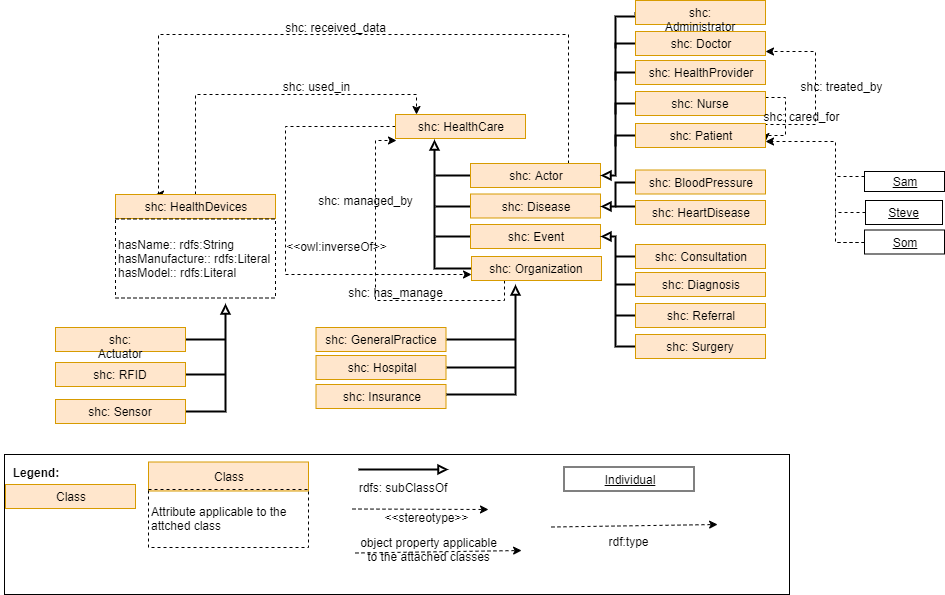
Before: OnToology/Healthcare.owl/documentation/resources/images/model.png, a diagram exported from draw.io (tiwari2019/myrepo). Source tidied: cells renumbered, new cells last; positions are measured from the earlier drawing's top-left corner, leaving out a move shared by most shapes.
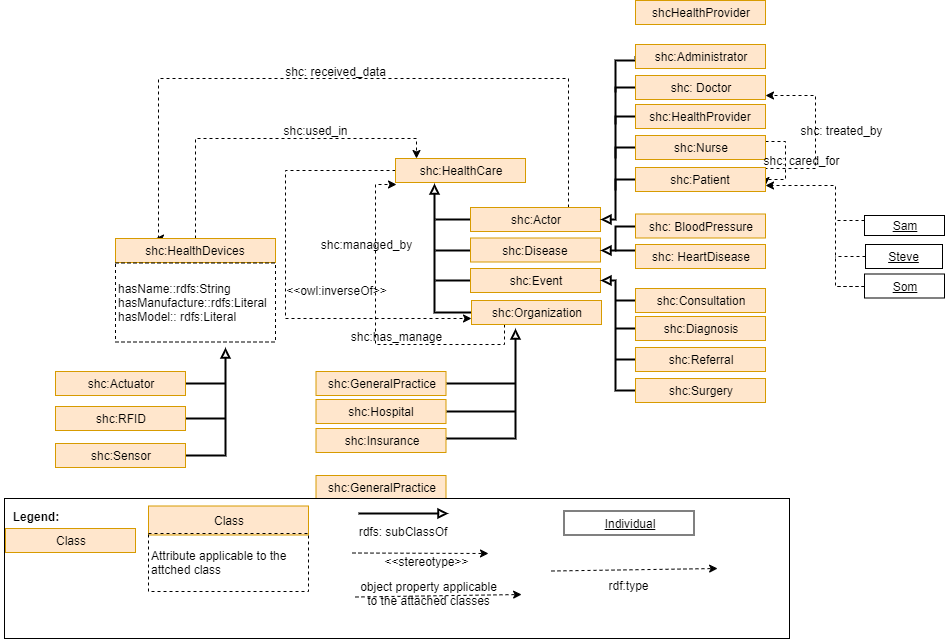
The same diagram one commit later.

Change to the diagram source:
```diff
@@ -10,7 +10,7 @@
         </Array>
       </mxGeometry>
     </mxCell>
-    <mxCell id="3" value="shc: HealthCare" style="rounded=0;whiteSpace=wrap;html=1;fontStyle=0;fillColor=#ffe6cc;strokeColor=#d79b00;" parent="1" vertex="1">
+    <mxCell id="3" value="shc:HealthCare" style="rounded=0;whiteSpace=wrap;html=1;fontStyle=0;fillColor=#ffe6cc;strokeColor=#d79b00;" parent="1" vertex="1">
       <mxGeometry x="395" y="114" width="130" height="24" as="geometry" />
     </mxCell>
     <mxCell id="4" style="edgeStyle=orthogonalEdgeStyle;rounded=0;jettySize=auto;html=1;exitX=0;exitY=0.5;exitDx=0;exitDy=0;strokeWidth=2;endArrow=none;endFill=0;" parent="1" edge="1" source="6">
@@ -27,7 +27,7 @@
         </Array>
       </mxGeometry>
     </mxCell>
-    <mxCell id="6" value="shc: Actor" style="rounded=0;whiteSpace=wrap;html=1;fontStyle=0;fillColor=#ffe6cc;strokeColor=#d79b00;" parent="1" vertex="1">
+    <mxCell id="6" value="shc:Actor" style="rounded=0;whiteSpace=wrap;html=1;fontStyle=0;fillColor=#ffe6cc;strokeColor=#d79b00;" parent="1" vertex="1">
       <mxGeometry x="470" y="163" width="130" height="24" as="geometry" />
     </mxCell>
     <mxCell id="7" style="edgeStyle=orthogonalEdgeStyle;rounded=0;jettySize=auto;html=1;exitX=0;exitY=0.5;exitDx=0;exitDy=0;strokeWidth=2;endArrow=none;endFill=0;" parent="1" edge="1" source="8">
@@ -35,7 +35,7 @@
         <mxPoint x="435" y="206" as="targetPoint" />
       </mxGeometry>
     </mxCell>
-    <mxCell id="8" value="shc: Disease" style="rounded=0;whiteSpace=wrap;html=1;fontStyle=0;fillColor=#ffe6cc;strokeColor=#d79b00;" parent="1" vertex="1">
+    <mxCell id="8" value="shc:Disease" style="rounded=0;whiteSpace=wrap;html=1;fontStyle=0;fillColor=#ffe6cc;strokeColor=#d79b00;" parent="1" vertex="1">
       <mxGeometry x="470" y="193.5" width="130" height="24" as="geometry" />
     </mxCell>
     <mxCell id="9" style="edgeStyle=orthogonalEdgeStyle;rounded=0;orthogonalLoop=1;jettySize=auto;html=1;exitX=0;exitY=0.5;exitDx=0;exitDy=0;entryX=0.205;entryY=1.042;entryDx=0;entryDy=0;entryPerimeter=0;strokeWidth=2;endArrow=block;endFill=0;" parent="1" edge="1">
@@ -47,7 +47,7 @@
     <mxCell id="10" style="edgeStyle=orthogonalEdgeStyle;rounded=0;jettySize=auto;html=1;exitX=0.25;exitY=1;exitDx=0;exitDy=0;dashed=1;endArrow=classic;endFill=1;strokeWidth=1;entryX=0.005;entryY=1.083;entryDx=0;entryDy=0;entryPerimeter=0;" parent="1" edge="1" source="11" target="3">
       <mxGeometry relative="1" as="geometry" />
     </mxCell>
-    <mxCell id="11" value="shc: Organization" style="rounded=0;whiteSpace=wrap;html=1;fontStyle=0;fillColor=#ffe6cc;strokeColor=#d79b00;" parent="1" vertex="1">
+    <mxCell id="11" value="shc:Organization" style="rounded=0;whiteSpace=wrap;html=1;fontStyle=0;fillColor=#ffe6cc;strokeColor=#d79b00;" parent="1" vertex="1">
       <mxGeometry x="471" y="256" width="130" height="24" as="geometry" />
     </mxCell>
     <mxCell id="12" style="edgeStyle=orthogonalEdgeStyle;rounded=0;jettySize=auto;html=1;exitX=0;exitY=0.5;exitDx=0;exitDy=0;strokeWidth=2;endArrow=none;endFill=0;" parent="1" edge="1" source="13">
@@ -55,13 +55,13 @@
         <mxPoint x="435" y="236" as="targetPoint" />
       </mxGeometry>
     </mxCell>
-    <mxCell id="13" value="shc: Event" style="rounded=0;whiteSpace=wrap;html=1;fontStyle=0;fillColor=#ffe6cc;strokeColor=#d79b00;" parent="1" vertex="1">
+    <mxCell id="13" value="shc:Event" style="rounded=0;whiteSpace=wrap;html=1;fontStyle=0;fillColor=#ffe6cc;strokeColor=#d79b00;" parent="1" vertex="1">
       <mxGeometry x="470" y="224" width="130" height="24" as="geometry" />
     </mxCell>
     <mxCell id="14" style="edgeStyle=orthogonalEdgeStyle;rounded=0;jettySize=auto;html=1;exitX=0.5;exitY=0;exitDx=0;exitDy=0;entryX=0.158;entryY=0;entryDx=0;entryDy=0;entryPerimeter=0;endArrow=classic;endFill=1;strokeWidth=1;dashed=1;" parent="1" edge="1" source="15" target="3">
       <mxGeometry relative="1" as="geometry" />
     </mxCell>
-    <mxCell id="15" value="shc: HealthDevices" style="rounded=0;whiteSpace=wrap;html=1;fontStyle=0;fillColor=#ffe6cc;strokeColor=#d79b00;" parent="1" vertex="1">
+    <mxCell id="15" value="shc:HealthDevices" style="rounded=0;whiteSpace=wrap;html=1;fontStyle=0;fillColor=#ffe6cc;strokeColor=#d79b00;" parent="1" vertex="1">
       <mxGeometry x="115" y="194" width="160" height="24" as="geometry" />
     </mxCell>
     <mxCell id="16" style="edgeStyle=orthogonalEdgeStyle;rounded=0;jettySize=auto;html=1;exitX=1;exitY=0.5;exitDx=0;exitDy=0;endArrow=block;endFill=0;strokeWidth=2;" parent="1" edge="1" source="17">
@@ -69,7 +69,7 @@
         <mxPoint x="225" y="303" as="targetPoint" />
       </mxGeometry>
     </mxCell>
-    <mxCell id="17" value="shc: Sensor" style="rounded=0;whiteSpace=wrap;html=1;fontStyle=0;fillColor=#ffe6cc;strokeColor=#d79b00;" parent="1" vertex="1">
+    <mxCell id="17" value="shc:Sensor" style="rounded=0;whiteSpace=wrap;html=1;fontStyle=0;fillColor=#ffe6cc;strokeColor=#d79b00;" parent="1" vertex="1">
       <mxGeometry x="55" y="399" width="130" height="24" as="geometry" />
     </mxCell>
     <mxCell id="18" style="edgeStyle=orthogonalEdgeStyle;rounded=0;jettySize=auto;html=1;exitX=1;exitY=0.5;exitDx=0;exitDy=0;endArrow=none;endFill=0;strokeWidth=2;" parent="1" edge="1" source="19">
@@ -77,7 +77,7 @@
         <mxPoint x="225" y="374" as="targetPoint" />
       </mxGeometry>
     </mxCell>
-    <mxCell id="19" value="shc: RFID" style="rounded=0;whiteSpace=wrap;html=1;fontStyle=0;fillColor=#ffe6cc;strokeColor=#d79b00;" parent="1" vertex="1">
+    <mxCell id="19" value="shc:RFID" style="rounded=0;whiteSpace=wrap;html=1;fontStyle=0;fillColor=#ffe6cc;strokeColor=#d79b00;" parent="1" vertex="1">
       <mxGeometry x="55" y="362" width="130" height="24" as="geometry" />
     </mxCell>
     <mxCell id="20" style="edgeStyle=orthogonalEdgeStyle;rounded=0;jettySize=auto;html=1;exitX=1;exitY=0.5;exitDx=0;exitDy=0;endArrow=none;endFill=0;strokeWidth=2;" parent="1" edge="1" source="21">
@@ -85,10 +85,10 @@
         <mxPoint x="225" y="339" as="targetPoint" />
       </mxGeometry>
     </mxCell>
-    <mxCell id="21" value="shc: Actuator" style="rounded=0;whiteSpace=wrap;html=1;fontStyle=0;fillColor=#ffe6cc;strokeColor=#d79b00;" parent="1" vertex="1">
+    <mxCell id="21" value="shc:Actuator" style="rounded=0;whiteSpace=wrap;html=1;fontStyle=0;fillColor=#ffe6cc;strokeColor=#d79b00;" parent="1" vertex="1">
       <mxGeometry x="55" y="327" width="130" height="24" as="geometry" />
     </mxCell>
-    <mxCell id="22" value="shc: used_in" style="text;html=1;strokeColor=none;fillColor=none;align=center;verticalAlign=middle;whiteSpace=wrap;rounded=0;dashed=1;" parent="1" vertex="1">
+    <mxCell id="22" value="shc:used_in" style="text;html=1;strokeColor=none;fillColor=none;align=center;verticalAlign=middle;whiteSpace=wrap;rounded=0;dashed=1;" parent="1" vertex="1">
       <mxGeometry x="255" y="74" width="121" height="24" as="geometry" />
     </mxCell>
     <mxCell id="23" style="edgeStyle=orthogonalEdgeStyle;rounded=0;jettySize=auto;html=1;exitX=0;exitY=0.5;exitDx=0;exitDy=0;entryX=1;entryY=0.5;entryDx=0;entryDy=0;endArrow=block;endFill=0;strokeWidth=2;" parent="1" edge="1" source="24" target="6">
@@ -99,7 +99,7 @@
         </Array>
       </mxGeometry>
     </mxCell>
-    <mxCell id="24" value="shc: Administrator" style="rounded=0;whiteSpace=wrap;html=1;fontStyle=0;fillColor=#ffe6cc;strokeColor=#d79b00;" parent="1" vertex="1">
+    <mxCell id="24" value="shc:Administrator" style="rounded=0;whiteSpace=wrap;html=1;fontStyle=0;fillColor=#ffe6cc;strokeColor=#d79b00;" parent="1" vertex="1">
       <mxGeometry x="635" width="130" height="24" as="geometry" />
     </mxCell>
     <mxCell id="25" style="edgeStyle=orthogonalEdgeStyle;rounded=0;jettySize=auto;html=1;exitX=0;exitY=0.5;exitDx=0;exitDy=0;endArrow=none;endFill=0;strokeWidth=2;" parent="1" edge="1" source="26">
@@ -115,9 +115,12 @@
         <mxPoint x="615" y="80" as="targetPoint" />
       </mxGeometry>
     </mxCell>
-    <mxCell id="28" value="shc: HealthProvider" style="rounded=0;whiteSpace=wrap;html=1;fontStyle=0;fillColor=#ffe6cc;strokeColor=#d79b00;" parent="1" vertex="1">
+    <mxCell id="28" value="shc:HealthProvider" style="rounded=0;whiteSpace=wrap;html=1;fontStyle=0;fillColor=#ffe6cc;strokeColor=#d79b00;" parent="1" vertex="1">
       <mxGeometry x="635" y="60" width="130" height="24" as="geometry" />
     </mxCell>
+    <mxCell id="83" value="shcHealthProvider" style="rounded=0;whiteSpace=wrap;html=1;fontStyle=0;fillColor=#ffe6cc;strokeColor=#d79b00;" parent="1" vertex="1">
+      <mxGeometry x="635" y="-44" width="130" height="24" as="geometry" />
+    </mxCell>
     <mxCell id="29" style="edgeStyle=orthogonalEdgeStyle;rounded=0;jettySize=auto;html=1;exitX=0;exitY=0.5;exitDx=0;exitDy=0;endArrow=none;endFill=0;strokeWidth=2;" parent="1" edge="1" source="31">
       <mxGeometry relative="1" as="geometry">
         <mxPoint x="615" y="114" as="targetPoint" />
@@ -132,7 +135,7 @@
         </Array>
       </mxGeometry>
     </mxCell>
-    <mxCell id="31" value="shc: Nurse" style="rounded=0;whiteSpace=wrap;html=1;fontStyle=0;fillColor=#ffe6cc;strokeColor=#d79b00;" parent="1" vertex="1">
+    <mxCell id="31" value="shc:Nurse" style="rounded=0;whiteSpace=wrap;html=1;fontStyle=0;fillColor=#ffe6cc;strokeColor=#d79b00;" parent="1" vertex="1">
       <mxGeometry x="635" y="91" width="130" height="24" as="geometry" />
     </mxCell>
     <mxCell id="32" style="edgeStyle=orthogonalEdgeStyle;rounded=0;jettySize=auto;html=1;exitX=0;exitY=0.5;exitDx=0;exitDy=0;endArrow=none;endFill=0;strokeWidth=2;" parent="1" edge="1" source="34">
@@ -151,7 +154,7 @@
         </Array>
       </mxGeometry>
     </mxCell>
-    <mxCell id="34" value="shc: Patient" style="rounded=0;whiteSpace=wrap;html=1;fontStyle=0;fillColor=#ffe6cc;strokeColor=#d79b00;" parent="1" vertex="1">
+    <mxCell id="34" value="shc:Patient" style="rounded=0;whiteSpace=wrap;html=1;fontStyle=0;fillColor=#ffe6cc;strokeColor=#d79b00;" parent="1" vertex="1">
       <mxGeometry x="635" y="123" width="130" height="24" as="geometry" />
     </mxCell>
     <mxCell id="35" style="edgeStyle=orthogonalEdgeStyle;rounded=0;jettySize=auto;html=1;exitX=0;exitY=0.5;exitDx=0;exitDy=0;entryX=1;entryY=0.5;entryDx=0;entryDy=0;endArrow=block;endFill=0;strokeWidth=2;" parent="1" edge="1" source="36" target="8">
@@ -173,7 +176,7 @@
         <mxPoint x="615" y="256" as="targetPoint" />
       </mxGeometry>
     </mxCell>
-    <mxCell id="40" value="shc: Consultation" style="rounded=0;whiteSpace=wrap;html=1;fontStyle=0;fillColor=#ffe6cc;strokeColor=#d79b00;" parent="1" vertex="1">
+    <mxCell id="40" value="shc:Consultation" style="rounded=0;whiteSpace=wrap;html=1;fontStyle=0;fillColor=#ffe6cc;strokeColor=#d79b00;" parent="1" vertex="1">
       <mxGeometry x="635" y="244" width="130" height="24" as="geometry" />
     </mxCell>
     <mxCell id="41" style="edgeStyle=orthogonalEdgeStyle;rounded=0;jettySize=auto;html=1;exitX=0;exitY=0.5;exitDx=0;exitDy=0;endArrow=none;endFill=0;strokeWidth=2;" parent="1" edge="1" source="42">
@@ -185,7 +188,7 @@
         </Array>
       </mxGeometry>
     </mxCell>
-    <mxCell id="42" value="shc: Diagnosis" style="rounded=0;whiteSpace=wrap;html=1;fontStyle=0;fillColor=#ffe6cc;strokeColor=#d79b00;" parent="1" vertex="1">
+    <mxCell id="42" value="shc:Diagnosis" style="rounded=0;whiteSpace=wrap;html=1;fontStyle=0;fillColor=#ffe6cc;strokeColor=#d79b00;" parent="1" vertex="1">
       <mxGeometry x="635" y="272" width="130" height="24" as="geometry" />
     </mxCell>
     <mxCell id="43" style="edgeStyle=orthogonalEdgeStyle;rounded=0;jettySize=auto;html=1;exitX=0;exitY=0.5;exitDx=0;exitDy=0;endArrow=none;endFill=0;strokeWidth=2;" parent="1" edge="1" source="44">
@@ -193,7 +196,7 @@
         <mxPoint x="615" y="315" as="targetPoint" />
       </mxGeometry>
     </mxCell>
-    <mxCell id="44" value="shc: Referral" style="rounded=0;whiteSpace=wrap;html=1;fontStyle=0;fillColor=#ffe6cc;strokeColor=#d79b00;" parent="1" vertex="1">
+    <mxCell id="44" value="shc:Referral" style="rounded=0;whiteSpace=wrap;html=1;fontStyle=0;fillColor=#ffe6cc;strokeColor=#d79b00;" parent="1" vertex="1">
       <mxGeometry x="635" y="303" width="130" height="24" as="geometry" />
     </mxCell>
     <mxCell id="45" style="edgeStyle=orthogonalEdgeStyle;rounded=0;jettySize=auto;html=1;exitX=0;exitY=0.5;exitDx=0;exitDy=0;entryX=1;entryY=0.5;entryDx=0;entryDy=0;endArrow=block;endFill=0;strokeWidth=2;" parent="1" edge="1" source="46" target="13">
@@ -204,7 +207,7 @@
         </Array>
       </mxGeometry>
     </mxCell>
-    <mxCell id="46" value="shc: Surgery" style="rounded=0;whiteSpace=wrap;html=1;fontStyle=0;fillColor=#ffe6cc;strokeColor=#d79b00;" parent="1" vertex="1">
+    <mxCell id="46" value="shc:Surgery" style="rounded=0;whiteSpace=wrap;html=1;fontStyle=0;fillColor=#ffe6cc;strokeColor=#d79b00;" parent="1" vertex="1">
       <mxGeometry x="635" y="334" width="130" height="24" as="geometry" />
     </mxCell>
     <mxCell id="47" style="edgeStyle=orthogonalEdgeStyle;rounded=0;orthogonalLoop=1;jettySize=auto;html=1;endArrow=block;endFill=0;strokeWidth=2;" parent="1" edge="1">
@@ -213,7 +216,7 @@
         <mxPoint x="515" y="284" as="targetPoint" />
       </mxGeometry>
     </mxCell>
-    <mxCell id="48" value="shc: Insurance" style="rounded=0;whiteSpace=wrap;html=1;fontStyle=0;fillColor=#ffe6cc;strokeColor=#d79b00;" parent="1" vertex="1">
+    <mxCell id="48" value="shc:Insurance" style="rounded=0;whiteSpace=wrap;html=1;fontStyle=0;fillColor=#ffe6cc;strokeColor=#d79b00;" parent="1" vertex="1">
       <mxGeometry x="315.5" y="384" width="130" height="24" as="geometry" />
     </mxCell>
     <mxCell id="49" style="edgeStyle=orthogonalEdgeStyle;rounded=0;jettySize=auto;html=1;exitX=1;exitY=0.5;exitDx=0;exitDy=0;endArrow=none;endFill=0;strokeWidth=2;" parent="1" edge="1" source="50">
@@ -221,7 +224,7 @@
         <mxPoint x="515" y="367" as="targetPoint" />
       </mxGeometry>
     </mxCell>
-    <mxCell id="50" value="shc: Hospital" style="rounded=0;whiteSpace=wrap;html=1;fontStyle=0;fillColor=#ffe6cc;strokeColor=#d79b00;" parent="1" vertex="1">
+    <mxCell id="50" value="shc:Hospital" style="rounded=0;whiteSpace=wrap;html=1;fontStyle=0;fillColor=#ffe6cc;strokeColor=#d79b00;" parent="1" vertex="1">
       <mxGeometry x="315.5" y="355" width="130" height="24" as="geometry" />
     </mxCell>
     <mxCell id="51" style="edgeStyle=orthogonalEdgeStyle;rounded=0;jettySize=auto;html=1;exitX=1;exitY=0.5;exitDx=0;exitDy=0;endArrow=none;endFill=0;strokeWidth=2;" parent="1" edge="1" source="52">
@@ -229,16 +232,19 @@
         <mxPoint x="515" y="339" as="targetPoint" />
       </mxGeometry>
     </mxCell>
-    <mxCell id="52" value="shc: GeneralPractice" style="rounded=0;whiteSpace=wrap;html=1;fontStyle=0;fillColor=#ffe6cc;strokeColor=#d79b00;" parent="1" vertex="1">
+    <mxCell id="52" value="shc:GeneralPractice" style="rounded=0;whiteSpace=wrap;html=1;fontStyle=0;fillColor=#ffe6cc;strokeColor=#d79b00;" parent="1" vertex="1">
       <mxGeometry x="315.5" y="327" width="130" height="24" as="geometry" />
     </mxCell>
+    <mxCell id="84" value="shc:GeneralPractice" style="rounded=0;whiteSpace=wrap;html=1;fontStyle=0;fillColor=#ffe6cc;strokeColor=#d79b00;" parent="1" vertex="1">
+      <mxGeometry x="315.5" y="431" width="130" height="24" as="geometry" />
+    </mxCell>
-    <mxCell id="53" value="shc: managed_by" style="text;html=1;strokeColor=none;fillColor=none;align=center;verticalAlign=middle;whiteSpace=wrap;rounded=0;dashed=1;" parent="1" vertex="1">
+    <mxCell id="53" value="shc:managed_by" style="text;html=1;strokeColor=none;fillColor=none;align=center;verticalAlign=middle;whiteSpace=wrap;rounded=0;dashed=1;" parent="1" vertex="1">
       <mxGeometry x="305" y="188" width="121" height="24" as="geometry" />
     </mxCell>
     <mxCell id="54" value="shc: treated_by" style="text;html=1;strokeColor=none;fillColor=none;align=center;verticalAlign=middle;whiteSpace=wrap;rounded=0;dashed=1;" parent="1" vertex="1">
       <mxGeometry x="781" y="74" width="121" height="24" as="geometry" />
     </mxCell>
-    <mxCell id="55" value="shc: has_manage" style="text;html=1;strokeColor=none;fillColor=none;align=center;verticalAlign=middle;whiteSpace=wrap;rounded=0;dashed=1;" parent="1" vertex="1">
+    <mxCell id="55" value="shc:has_manage" style="text;html=1;strokeColor=none;fillColor=none;align=center;verticalAlign=middle;whiteSpace=wrap;rounded=0;dashed=1;" parent="1" vertex="1">
       <mxGeometry x="334.5" y="280" width="121" height="24" as="geometry" />
     </mxCell>
     <mxCell id="56" value="shc: received_data" style="text;html=1;strokeColor=none;fillColor=none;align=center;verticalAlign=middle;whiteSpace=wrap;rounded=0;dashed=1;" parent="1" vertex="1">
@@ -253,7 +259,7 @@
     <mxCell id="59" style="group;" parent="1" vertex="1">
       <mxGeometry x="55" y="217.5" width="220" height="106" as="geometry" />
     </mxCell>
-    <mxCell id="60" value="hasName:: rdfs:String&lt;br&gt;hasManufacture:: rdfs:Literal&lt;br&gt;hasModel:: rdfs:Literal&lt;br&gt;" style="text;html=1;strokeColor=#000000;fillColor=none;align=left;verticalAlign=middle;whiteSpace=wrap;rounded=0;dashed=1;" parent="59" vertex="1">
+    <mxCell id="60" value="hasName::rdfs:String&lt;br&gt;hasManufacture::rdfs:Literal&lt;br&gt;hasModel:: rdfs:Literal" style="text;html=1;strokeColor=#000000;fillColor=none;align=left;verticalAlign=middle;whiteSpace=wrap;rounded=0;dashed=1;" parent="59" vertex="1">
       <mxGeometry x="60" y="1" width="160" height="79" as="geometry" />
     </mxCell>
     <mxCell id="61" style="edgeStyle=orthogonalEdgeStyle;rounded=0;jettySize=auto;html=1;exitX=0;exitY=0.5;exitDx=0;exitDy=0;dashed=1;endArrow=none;endFill=0;" parent="1" edge="1" source="63">
```
